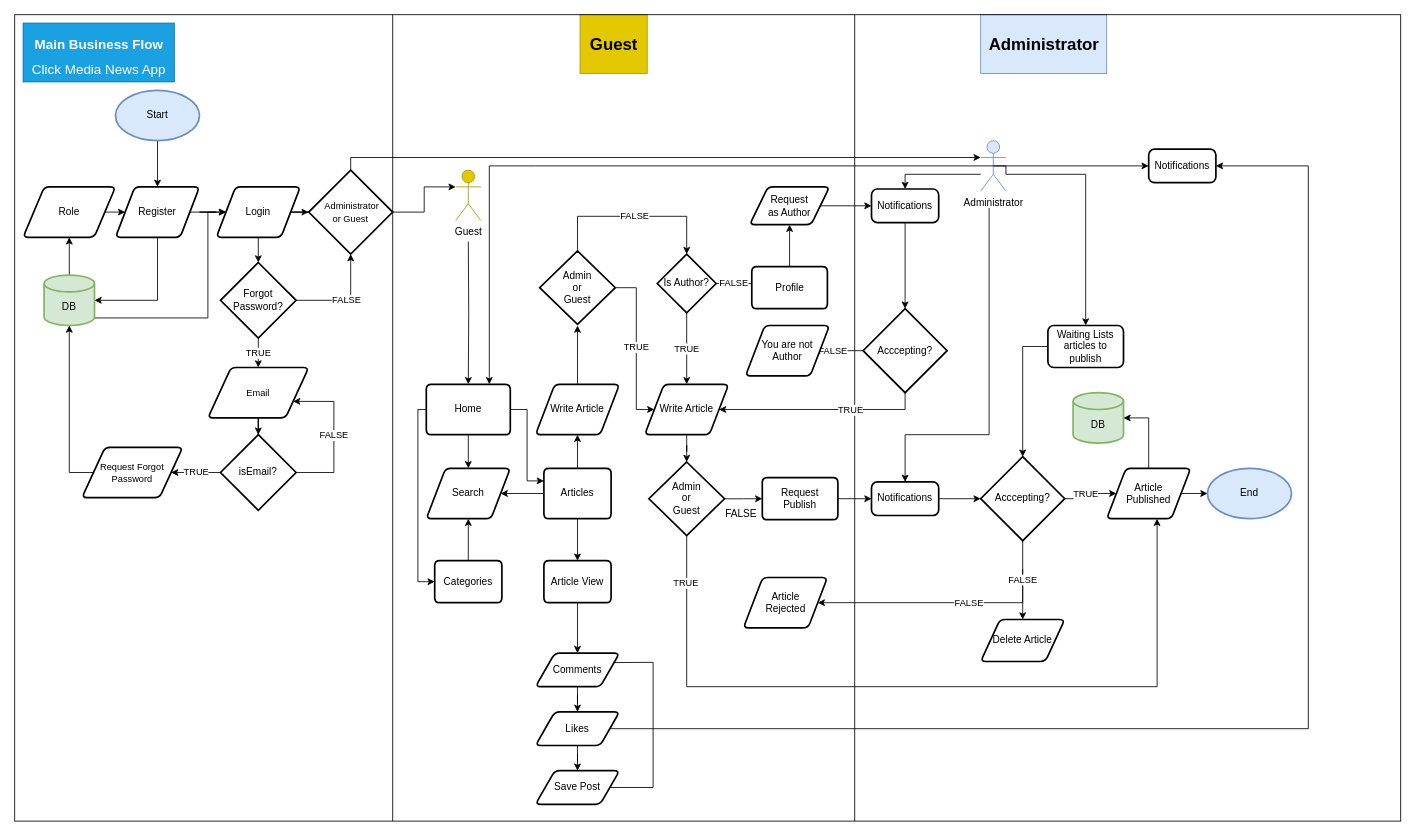
The draw.io diagram FlowChart/main business flowchart.drawio in hendris27/clickmedianews-frontend, before the edit. Source tidied: cells renumbered, new cells numbered last; positions are measured from the earlier drawing's top-left corner, leaving out a move shared by most shapes. Both pictures are drawn from the tidied source at 84%, with x=0, y=0 at pixel (14, 14).
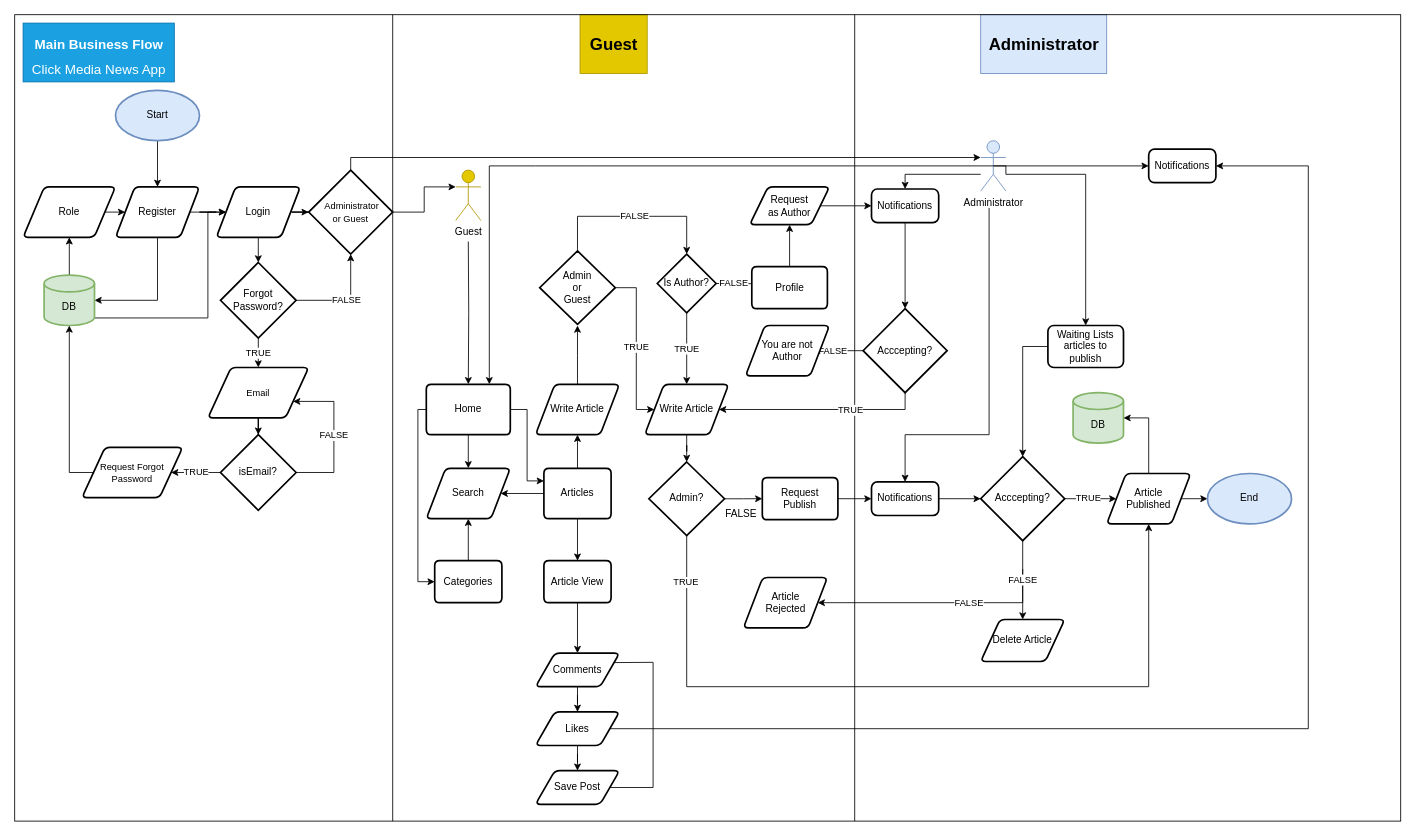
The same page after the edit.

Commit message:
update: profile decision

Change to the diagram source:
```diff
@@
     <mxCell id="69" value="End" style="strokeWidth=2;html=1;shape=mxgraph.flowchart.start_1;whiteSpace=wrap;fillColor=#dae8fc;strokeColor=#6c8ebf;" parent="1" vertex="1">
-      <mxGeometry x="1420" y="540" width="100" height="60" as="geometry" />
+      <mxGeometry x="1420" y="546.2" width="100" height="60" as="geometry" />
     </mxCell>
@@
     <mxCell id="85" value="Article&lt;br&gt;Published" style="shape=parallelogram;html=1;strokeWidth=2;perimeter=parallelogramPerimeter;whiteSpace=wrap;rounded=1;arcSize=12;size=0.23;" parent="1" vertex="1">
-      <mxGeometry x="1300" y="540" width="100" height="60" as="geometry" />
+      <mxGeometry x="1300" y="546.2" width="100" height="60" as="geometry" />
     </mxCell>
@@
-    <mxCell id="100" style="edgeStyle=orthogonalEdgeStyle;rounded=0;jettySize=auto;html=1;" parent="1" edge="1" source="102">
+    <mxCell id="100" style="edgeStyle=orthogonalEdgeStyle;rounded=0;jettySize=auto;html=1;entryX=0.5;entryY=1;entryDx=0;entryDy=0;" parent="1" edge="1" source="102" target="85">
       <mxGeometry relative="1" as="geometry">
-        <mxPoint x="1360" y="600" as="targetPoint" />
         <Array as="points">
           <mxPoint x="800" y="800" />
-          <mxPoint x="1360" y="800" />
+          <mxPoint x="1350" y="800" />
         </Array>
       </mxGeometry>
     </mxCell>
@@
-    <mxCell id="102" value="Admin&lt;br&gt;or&lt;br&gt;Guest" style="strokeWidth=2;html=1;shape=mxgraph.flowchart.decision;whiteSpace=wrap;" parent="1" vertex="1">
+    <mxCell id="102" value="Admin?" style="strokeWidth=2;html=1;shape=mxgraph.flowchart.decision;whiteSpace=wrap;" parent="1" vertex="1">
       <mxGeometry x="755" y="532.5" width="90" height="87.5" as="geometry" />
     </mxCell>
```
